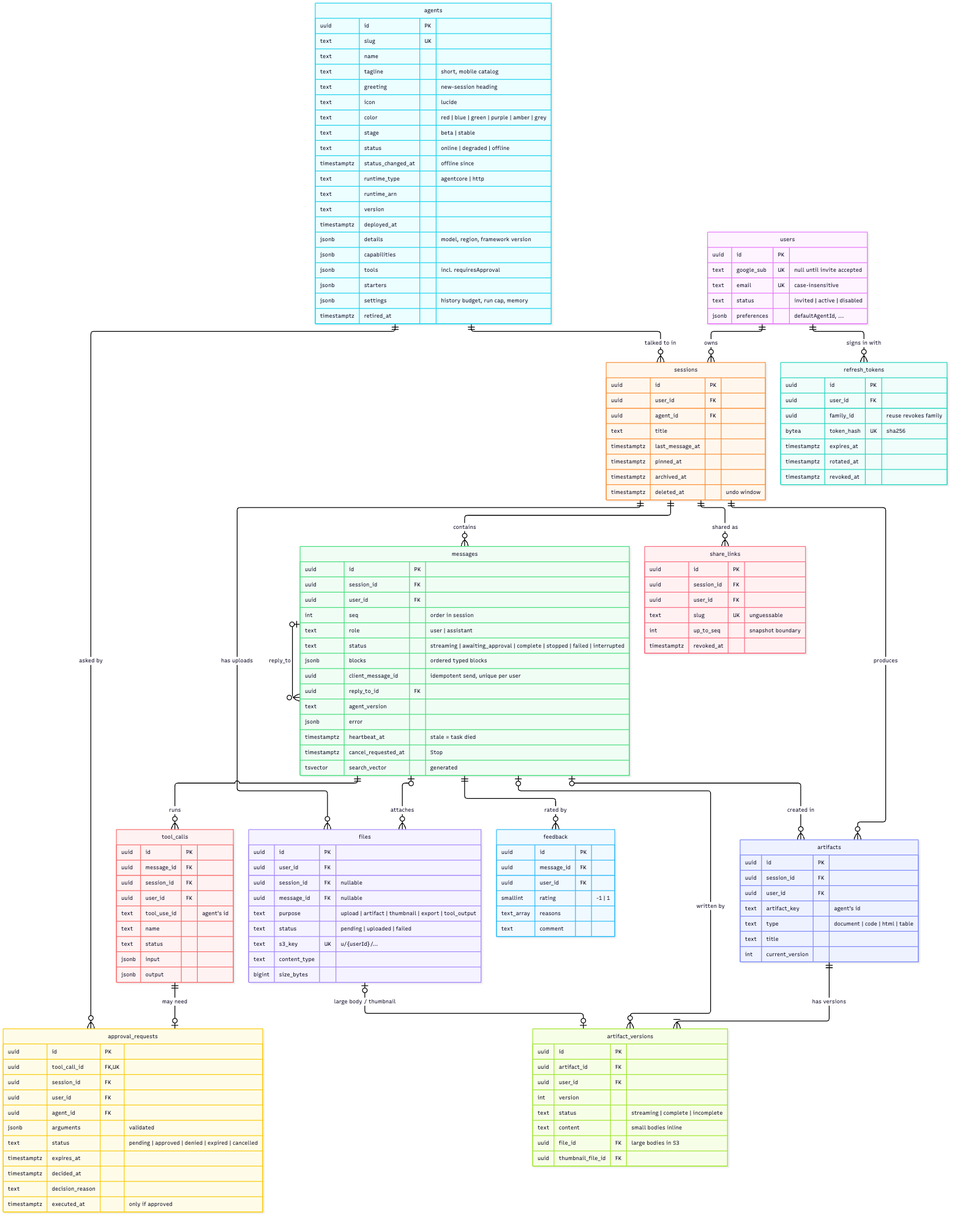
The Mermaid diagram docs/diagrams/er.png in IsraelBO17/agent_hub, before a commit. Its source is kept beside it as docs/diagrams/er.mmd.
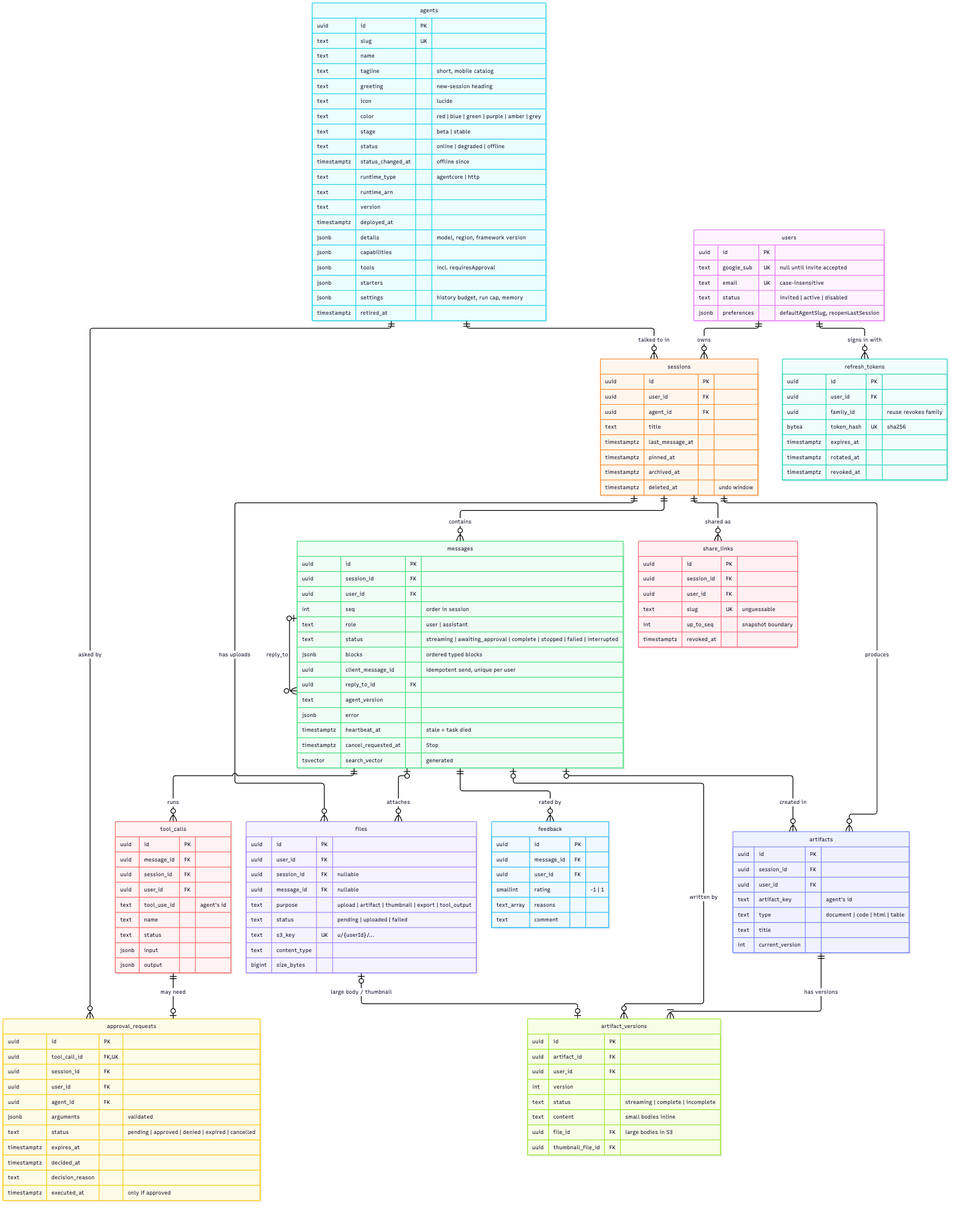
After the commit.

Change to the diagram source:
```diff
@@ -22,7 +22,7 @@
     text google_sub UK "null until invite accepted"
     text email UK "case-insensitive"
     text status "invited | active | disabled"
-    jsonb preferences "defaultAgentId, ..."
+    jsonb preferences "defaultAgentSlug, reopenLastSession"
   }
   refresh_tokens {
     uuid id PK
```
